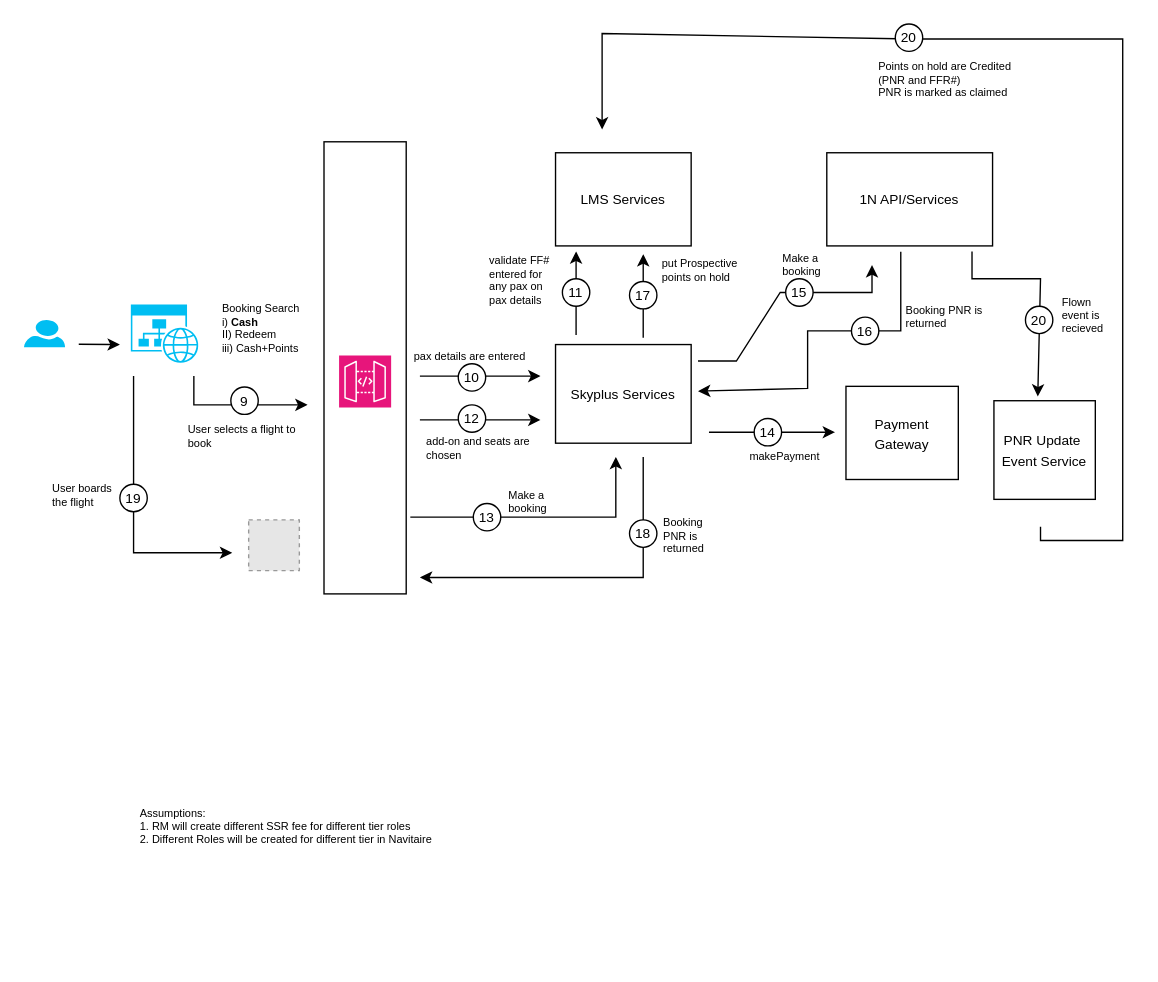
This is page "Book" (2 of 2) of Earn_modify.drawio from nchauhan4/drawings, a draw.io file, before an edit. Source tidied: cells renumbered, new cells numbered last; positions are measured from the earlier drawing's top-left corner, leaving out a move shared by most shapes. Both pictures are drawn from the tidied source at 137%, with x=0, y=0 at pixel (23, 23). Pictures stored in the file or linked from it are replaced by grey dashed boxes.
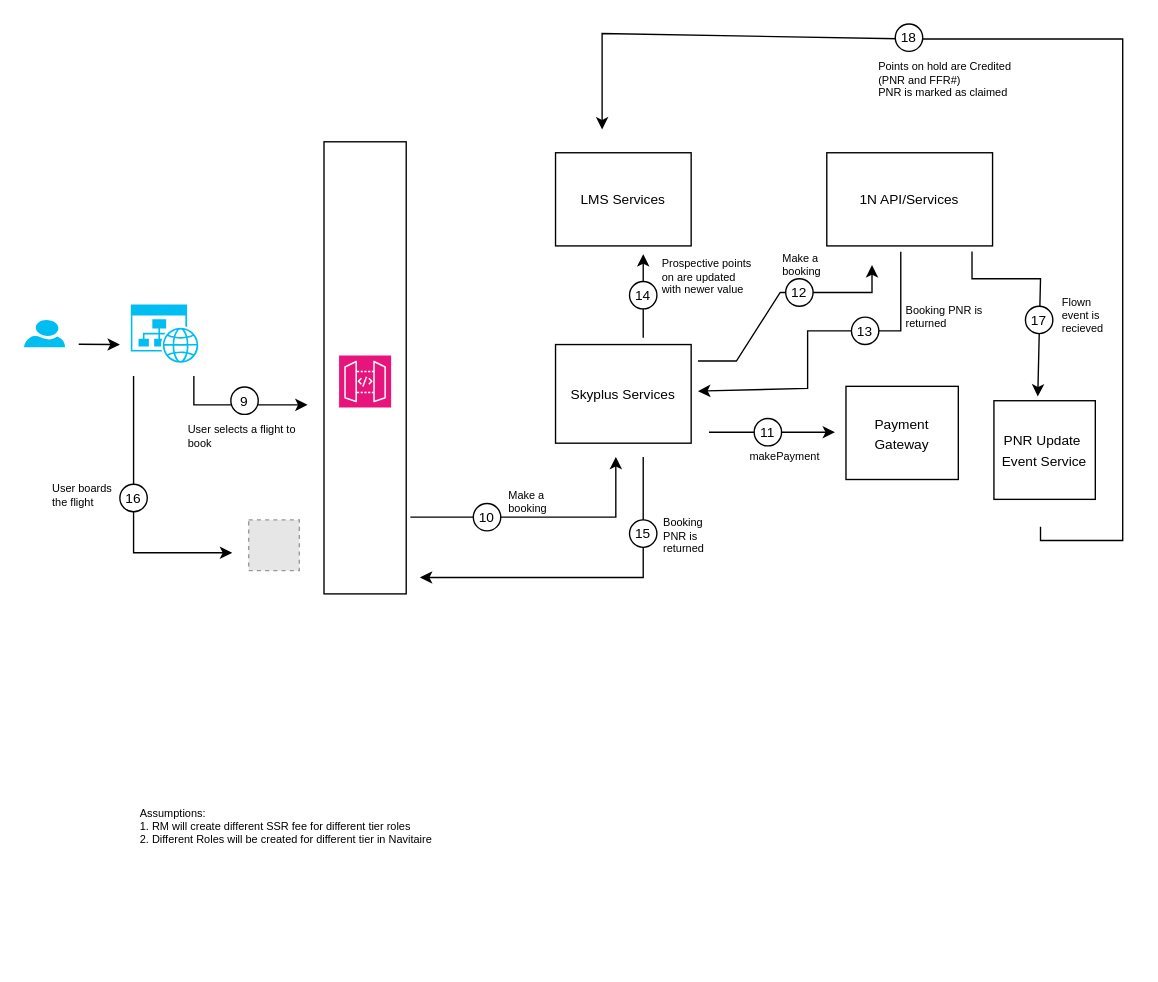
The same diagram, later.

Change to the diagram source:
```diff
@@
-    <mxCell id="7" value="Booking Search&lt;br&gt;i) &lt;b&gt;Cash&lt;/b&gt;&lt;br&gt;II) Redeem&lt;br&gt;iii) Cash+Points" style="text;html=1;strokeColor=none;fillColor=none;align=left;verticalAlign=top;whiteSpace=wrap;rounded=0;fontSize=8;" parent="1" vertex="1">
-      <mxGeometry x="142.5" y="197" width="58.5" height="47" as="geometry" />
-    </mxCell>
@@
-    <mxCell id="15" style="endArrow=classic;html=1;rounded=0;" parent="1" edge="1">
-      <mxGeometry relative="1" as="geometry">
-        <mxPoint x="289" y="257" as="sourcePoint" />
-        <mxPoint x="377" y="257" as="targetPoint" />
-        <Array as="points">
-          <mxPoint x="311" y="257" />
-          <mxPoint x="344" y="257" />
-        </Array>
-      </mxGeometry>
-    </mxCell>
-    <mxCell id="16" style="ellipse;whiteSpace=wrap;html=1;" parent="1" vertex="1">
-      <mxGeometry x="317" y="248" width="20" height="20" as="geometry" />
-    </mxCell>
-    <mxCell id="17" value="&lt;font style=&quot;font-size: 10px;&quot;&gt;10&lt;/font&gt;" style="text;html=1;strokeColor=none;fillColor=none;align=center;verticalAlign=middle;whiteSpace=wrap;rounded=0;" parent="1" vertex="1">
-      <mxGeometry x="312" y="248" width="30" height="20" as="geometry" />
-    </mxCell>
@@
-    <mxCell id="20" value="pax details are entered" style="text;html=1;strokeColor=none;fillColor=none;align=left;verticalAlign=top;whiteSpace=wrap;rounded=0;fontSize=8;" parent="1" vertex="1">
-      <mxGeometry x="282.7" y="232" width="88.6" height="18" as="geometry" />
-    </mxCell>
@@
-    <mxCell id="23" value="&lt;font style=&quot;font-size: 10px;&quot;&gt;13&lt;/font&gt;" style="text;html=1;strokeColor=none;fillColor=none;align=center;verticalAlign=middle;whiteSpace=wrap;rounded=0;" parent="1" vertex="1">
+    <mxCell id="23" value="&lt;font style=&quot;font-size: 10px;&quot;&gt;10&lt;/font&gt;" style="text;html=1;strokeColor=none;fillColor=none;align=center;verticalAlign=middle;whiteSpace=wrap;rounded=0;" parent="1" vertex="1">
       <mxGeometry x="323" y="350" width="30" height="20" as="geometry" />
     </mxCell>
@@
-    <mxCell id="28" value="&lt;font style=&quot;font-size: 10px;&quot;&gt;15&lt;/font&gt;" style="text;html=1;strokeColor=none;fillColor=none;align=center;verticalAlign=middle;whiteSpace=wrap;rounded=0;" parent="1" vertex="1">
+    <mxCell id="28" value="&lt;font style=&quot;font-size: 10px;&quot;&gt;12&lt;/font&gt;" style="text;html=1;strokeColor=none;fillColor=none;align=center;verticalAlign=middle;whiteSpace=wrap;rounded=0;" parent="1" vertex="1">
       <mxGeometry x="551" y="186" width="30" height="20" as="geometry" />
     </mxCell>
@@
-    <mxCell id="30" value="&lt;font style=&quot;font-size: 10px;&quot;&gt;16&lt;/font&gt;" style="text;html=1;strokeColor=none;fillColor=none;align=center;verticalAlign=middle;whiteSpace=wrap;rounded=0;" parent="1" vertex="1">
+    <mxCell id="30" value="&lt;font style=&quot;font-size: 10px;&quot;&gt;13&lt;/font&gt;" style="text;html=1;strokeColor=none;fillColor=none;align=center;verticalAlign=middle;whiteSpace=wrap;rounded=0;" parent="1" vertex="1">
       <mxGeometry x="599" y="214" width="30" height="20" as="geometry" />
     </mxCell>
@@
-    <mxCell id="35" value="&lt;font style=&quot;font-size: 10px;&quot;&gt;18&lt;/font&gt;" style="text;html=1;strokeColor=none;fillColor=none;align=center;verticalAlign=middle;whiteSpace=wrap;rounded=0;" parent="1" vertex="1">
+    <mxCell id="35" value="&lt;font style=&quot;font-size: 10px;&quot;&gt;15&lt;/font&gt;" style="text;html=1;strokeColor=none;fillColor=none;align=center;verticalAlign=middle;whiteSpace=wrap;rounded=0;" parent="1" vertex="1">
       <mxGeometry x="437" y="362" width="30" height="20" as="geometry" />
     </mxCell>
-    <mxCell id="36" style="endArrow=classic;html=1;rounded=0;" parent="1" edge="1">
-      <mxGeometry relative="1" as="geometry">
-        <mxPoint x="403" y="227" as="sourcePoint" />
-        <mxPoint x="403" y="166" as="targetPoint" />
-      </mxGeometry>
-    </mxCell>
-    <mxCell id="37" value="validate FF# entered for any pax on pax details" style="text;html=1;strokeColor=none;fillColor=none;align=left;verticalAlign=top;whiteSpace=wrap;rounded=0;fontSize=8;" parent="1" vertex="1">
-      <mxGeometry x="338" y="162" width="55" height="18" as="geometry" />
-    </mxCell>
-    <mxCell id="38" style="edgeStyle=orthogonalEdgeStyle;rounded=0;orthogonalLoop=1;jettySize=auto;html=1;exitX=0.5;exitY=1;exitDx=0;exitDy=0;" parent="1" edge="1" source="37" target="37">
-      <mxGeometry relative="1" as="geometry" />
-    </mxCell>
-    <mxCell id="39" style="ellipse;whiteSpace=wrap;html=1;" parent="1" vertex="1">
-      <mxGeometry x="393" y="186" width="20" height="20" as="geometry" />
-    </mxCell>
-    <mxCell id="40" value="&lt;font style=&quot;font-size: 10px;&quot;&gt;11&lt;/font&gt;" style="text;html=1;strokeColor=none;fillColor=none;align=center;verticalAlign=middle;whiteSpace=wrap;rounded=0;" parent="1" vertex="1">
-      <mxGeometry x="388" y="186" width="30" height="20" as="geometry" />
-    </mxCell>
-    <mxCell id="41" style="endArrow=classic;html=1;rounded=0;" parent="1" edge="1">
-      <mxGeometry relative="1" as="geometry">
-        <mxPoint x="289" y="289" as="sourcePoint" />
-        <mxPoint x="377" y="289" as="targetPoint" />
-        <Array as="points">
-          <mxPoint x="311" y="289" />
-          <mxPoint x="344" y="289" />
-        </Array>
-      </mxGeometry>
-    </mxCell>
-    <mxCell id="42" style="ellipse;whiteSpace=wrap;html=1;" parent="1" vertex="1">
-      <mxGeometry x="317" y="278" width="20" height="20" as="geometry" />
-    </mxCell>
-    <mxCell id="43" value="&lt;font style=&quot;font-size: 10px;&quot;&gt;12&lt;/font&gt;" style="text;html=1;strokeColor=none;fillColor=none;align=center;verticalAlign=middle;whiteSpace=wrap;rounded=0;" parent="1" vertex="1">
-      <mxGeometry x="312" y="278" width="30" height="20" as="geometry" />
-    </mxCell>
-    <mxCell id="44" value="add-on and seats are chosen" style="text;html=1;strokeColor=none;fillColor=none;align=left;verticalAlign=top;whiteSpace=wrap;rounded=0;fontSize=8;" parent="1" vertex="1">
-      <mxGeometry x="292" y="294" width="80" height="18" as="geometry" />
-    </mxCell>
@@
-    <mxCell id="46" value="put Prospective points on hold" style="text;html=1;strokeColor=none;fillColor=none;align=left;verticalAlign=top;whiteSpace=wrap;rounded=0;fontSize=8;" parent="1" vertex="1">
-      <mxGeometry x="464" y="164" width="68" height="18" as="geometry" />
+    <mxCell id="46" value="Prospective points on are updated with newer value" style="text;html=1;strokeColor=none;fillColor=none;align=left;verticalAlign=top;whiteSpace=wrap;rounded=0;fontSize=8;" parent="1" vertex="1">
+      <mxGeometry x="464" y="164" width="68" height="43" as="geometry" />
     </mxCell>
@@
-    <mxCell id="49" value="&lt;font style=&quot;font-size: 10px;&quot;&gt;17&lt;/font&gt;" style="text;html=1;strokeColor=none;fillColor=none;align=center;verticalAlign=middle;whiteSpace=wrap;rounded=0;" parent="1" vertex="1">
+    <mxCell id="49" value="&lt;font style=&quot;font-size: 10px;&quot;&gt;14&lt;/font&gt;" style="text;html=1;strokeColor=none;fillColor=none;align=center;verticalAlign=middle;whiteSpace=wrap;rounded=0;" parent="1" vertex="1">
       <mxGeometry x="437" y="188" width="30" height="20" as="geometry" />
     </mxCell>
@@
-    <mxCell id="54" value="&lt;font style=&quot;font-size: 10px;&quot;&gt;14&lt;/font&gt;" style="text;html=1;strokeColor=none;fillColor=none;align=center;verticalAlign=middle;whiteSpace=wrap;rounded=0;" parent="1" vertex="1">
+    <mxCell id="54" value="&lt;font style=&quot;font-size: 10px;&quot;&gt;11&lt;/font&gt;" style="text;html=1;strokeColor=none;fillColor=none;align=center;verticalAlign=middle;whiteSpace=wrap;rounded=0;" parent="1" vertex="1">
       <mxGeometry x="528" y="288" width="30" height="20" as="geometry" />
     </mxCell>
@@
-    <mxCell id="59" value="&lt;font style=&quot;font-size: 10px;&quot;&gt;19&lt;/font&gt;" style="text;html=1;strokeColor=none;fillColor=none;align=center;verticalAlign=middle;whiteSpace=wrap;rounded=0;" parent="1" vertex="1">
+    <mxCell id="59" value="&lt;font style=&quot;font-size: 10px;&quot;&gt;16&lt;/font&gt;" style="text;html=1;strokeColor=none;fillColor=none;align=center;verticalAlign=middle;whiteSpace=wrap;rounded=0;" parent="1" vertex="1">
       <mxGeometry x="65" y="336" width="30" height="20" as="geometry" />
     </mxCell>
@@
-    <mxCell id="63" value="&lt;font style=&quot;font-size: 10px;&quot;&gt;20&lt;/font&gt;" style="text;html=1;strokeColor=none;fillColor=none;align=center;verticalAlign=middle;whiteSpace=wrap;rounded=0;" parent="1" vertex="1">
+    <mxCell id="63" value="&lt;font style=&quot;font-size: 10px;&quot;&gt;17&lt;/font&gt;" style="text;html=1;strokeColor=none;fillColor=none;align=center;verticalAlign=middle;whiteSpace=wrap;rounded=0;" parent="1" vertex="1">
       <mxGeometry x="726" y="206" width="30" height="20" as="geometry" />
     </mxCell>
@@
-    <mxCell id="68" value="&lt;font style=&quot;font-size: 10px;&quot;&gt;20&lt;/font&gt;" style="text;html=1;strokeColor=none;fillColor=none;align=center;verticalAlign=middle;whiteSpace=wrap;rounded=0;" parent="1" vertex="1">
+    <mxCell id="68" value="&lt;font style=&quot;font-size: 10px;&quot;&gt;18&lt;/font&gt;" style="text;html=1;strokeColor=none;fillColor=none;align=center;verticalAlign=middle;whiteSpace=wrap;rounded=0;" parent="1" vertex="1">
       <mxGeometry x="631" width="30" height="20" as="geometry" />
     </mxCell>
```
